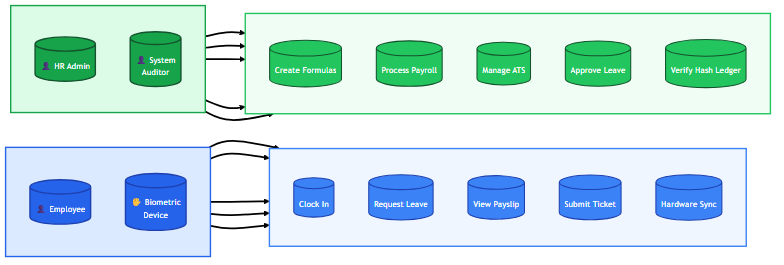
This is docs/fig3_1_use_case_diagram.png from NazmulHasanNihal/employee_management_system, a Mermaid export, as it was before one commit. Its source is kept beside it as docs/fig3_1_use_case_diagram.mmd. Its diagram source:
```mermaid
%%{ init: { 'theme': 'base', 'themeVariables': { 'fontSize': '12px', 'primaryColor': '#1f2937', 'primaryTextColor': '#000000', 'edgeLabelBackground': '#ffffff', 'lineColor': '#000000' } } }%%

graph LR

    subgraph LEFT_ACTORS[" "]
        direction TB
        EMP[("👤 Employee")]
        BIO[("🖐️ Biometric<br/>Device")]
    end

    subgraph LEFT_UC[" "]
        direction TB
        UC1[("Clock In")]
        UC2[("Request Leave")]
        UC3[("View Payslip")]
        UC4[("Submit Ticket")]
        UC5[("Hardware Sync")]
    end

    subgraph RIGHT_UC[" "]
        direction TB
        UC6[("Create Formulas")]
        UC7[("Process Payroll")]
        UC8[("Manage ATS")]
        UC9[("Approve Leave")]
        UC10[("Verify Hash Ledger")]
    end

    subgraph RIGHT_ACTORS[" "]
        direction TB
        HR[("👤 HR Admin")]
        AUD[("👤 System<br/>Auditor")]
    end

    EMP --> UC1
    EMP --> UC2
    EMP --> UC3
    EMP --> UC4
    BIO --> UC5
    HR --> UC6
    HR --> UC7
    HR --> UC8
    HR --> UC9
    AUD --> UC10

    linkStyle 0 stroke:#000000,stroke-width:2.5px
    linkStyle 1 stroke:#000000,stroke-width:2.5px
    linkStyle 2 stroke:#000000,stroke-width:2.5px
    linkStyle 3 stroke:#000000,stroke-width:2.5px
    linkStyle 4 stroke:#000000,stroke-width:2.5px
    linkStyle 5 stroke:#000000,stroke-width:2.5px
    linkStyle 6 stroke:#000000,stroke-width:2.5px
    linkStyle 7 stroke:#000000,stroke-width:2.5px
    linkStyle 8 stroke:#000000,stroke-width:2.5px
    linkStyle 9 stroke:#000000,stroke-width:2.5px

    style LEFT_ACTORS fill:#dbeafe,stroke:#2563eb,stroke-width:2px,color:#000000
    style LEFT_UC fill:#eff6ff,stroke:#3b82f6,stroke-width:2px,color:#000000
    style RIGHT_UC fill:#f0fdf4,stroke:#22c55e,stroke-width:2px,color:#000000
    style RIGHT_ACTORS fill:#dcfce7,stroke:#16a34a,stroke-width:2px,color:#000000

    style EMP fill:#2563eb,stroke:#1e40af,stroke-width:2px,color:#ffffff
    style BIO fill:#2563eb,stroke:#1e40af,stroke-width:2px,color:#ffffff
    style HR fill:#16a34a,stroke:#14532d,stroke-width:2px,color:#ffffff
    style AUD fill:#16a34a,stroke:#14532d,stroke-width:2px,color:#ffffff

    style UC1 fill:#3b82f6,stroke:#1e40af,stroke-width:1.5px,color:#ffffff
    style UC2 fill:#3b82f6,stroke:#1e40af,stroke-width:1.5px,color:#ffffff
    style UC3 fill:#3b82f6,stroke:#1e40af,stroke-width:1.5px,color:#ffffff
    style UC4 fill:#3b82f6,stroke:#1e40af,stroke-width:1.5px,color:#ffffff
    style UC5 fill:#3b82f6,stroke:#1e40af,stroke-width:1.5px,color:#ffffff
    style UC6 fill:#22c55e,stroke:#14532d,stroke-width:1.5px,color:#ffffff
    style UC7 fill:#22c55e,stroke:#14532d,stroke-width:1.5px,color:#ffffff
    style UC8 fill:#22c55e,stroke:#14532d,stroke-width:1.5px,color:#ffffff
    style UC9 fill:#22c55e,stroke:#14532d,stroke-width:1.5px,color:#ffffff
    style UC10 fill:#22c55e,stroke:#14532d,stroke-width:1.5px,color:#ffffff
```
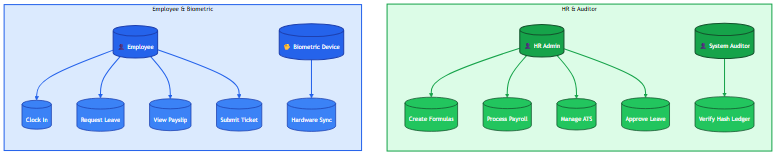
After the commit.

The edit, as a diff of the source:
```diff
@@ -2,62 +2,55 @@
 
 graph LR
 
-    subgraph LEFT_ACTORS[" "]
+    subgraph LEFT["Employee & Biometric"]
         direction TB
         EMP[("👤 Employee")]
-        BIO[("🖐️ Biometric<br/>Device")]
-    end
-
-    subgraph LEFT_UC[" "]
-        direction TB
+        BIO[("🖐️ Biometric Device")]
         UC1[("Clock In")]
         UC2[("Request Leave")]
         UC3[("View Payslip")]
         UC4[("Submit Ticket")]
         UC5[("Hardware Sync")]
+
+        EMP --> UC1
+        EMP --> UC2
+        EMP --> UC3
+        EMP --> UC4
+        BIO --> UC5
     end
 
-    subgraph RIGHT_UC[" "]
+    subgraph RIGHT["HR & Auditor"]
         direction TB
+        HR[("👤 HR Admin")]
         UC6[("Create Formulas")]
         UC7[("Process Payroll")]
         UC8[("Manage ATS")]
         UC9[("Approve Leave")]
+        AUD[("👤 System Auditor")]
         UC10[("Verify Hash Ledger")]
+
+        HR --> UC6
+        HR --> UC7
+        HR --> UC8
+        HR --> UC9
+        AUD --> UC10
     end
 
-    subgraph RIGHT_ACTORS[" "]
-        direction TB
-        HR[("👤 HR Admin")]
-        AUD[("👤 System<br/>Auditor")]
-    end
+    LEFT ~~~ RIGHT
 
-    EMP --> UC1
-    EMP --> UC2
-    EMP --> UC3
-    EMP --> UC4
-    BIO --> UC5
-    HR --> UC6
-    HR --> UC7
-    HR --> UC8
-    HR --> UC9
-    AUD --> UC10
+    linkStyle 0 stroke:#2563eb,stroke-width:2px
+    linkStyle 1 stroke:#2563eb,stroke-width:2px
+    linkStyle 2 stroke:#2563eb,stroke-width:2px
+    linkStyle 3 stroke:#2563eb,stroke-width:2px
+    linkStyle 4 stroke:#2563eb,stroke-width:2px
+    linkStyle 5 stroke:#16a34a,stroke-width:2px
+    linkStyle 6 stroke:#16a34a,stroke-width:2px
+    linkStyle 7 stroke:#16a34a,stroke-width:2px
+    linkStyle 8 stroke:#16a34a,stroke-width:2px
+    linkStyle 9 stroke:#16a34a,stroke-width:2px
 
-    linkStyle 0 stroke:#000000,stroke-width:2.5px
-    linkStyle 1 stroke:#000000,stroke-width:2.5px
-    linkStyle 2 stroke:#000000,stroke-width:2.5px
-    linkStyle 3 stroke:#000000,stroke-width:2.5px
-    linkStyle 4 stroke:#000000,stroke-width:2.5px
-    linkStyle 5 stroke:#000000,stroke-width:2.5px
-    linkStyle 6 stroke:#000000,stroke-width:2.5px
-    linkStyle 7 stroke:#000000,stroke-width:2.5px
-    linkStyle 8 stroke:#000000,stroke-width:2.5px
-    linkStyle 9 stroke:#000000,stroke-width:2.5px
-
-    style LEFT_ACTORS fill:#dbeafe,stroke:#2563eb,stroke-width:2px,color:#000000
-    style LEFT_UC fill:#eff6ff,stroke:#3b82f6,stroke-width:2px,color:#000000
-    style RIGHT_UC fill:#f0fdf4,stroke:#22c55e,stroke-width:2px,color:#000000
-    style RIGHT_ACTORS fill:#dcfce7,stroke:#16a34a,stroke-width:2px,color:#000000
+    style LEFT fill:#dbeafe,stroke:#2563eb,stroke-width:2px,color:#000000
+    style RIGHT fill:#dcfce7,stroke:#16a34a,stroke-width:2px,color:#000000
 
     style EMP fill:#2563eb,stroke:#1e40af,stroke-width:2px,color:#ffffff
     style BIO fill:#2563eb,stroke:#1e40af,stroke-width:2px,color:#ffffff
```
